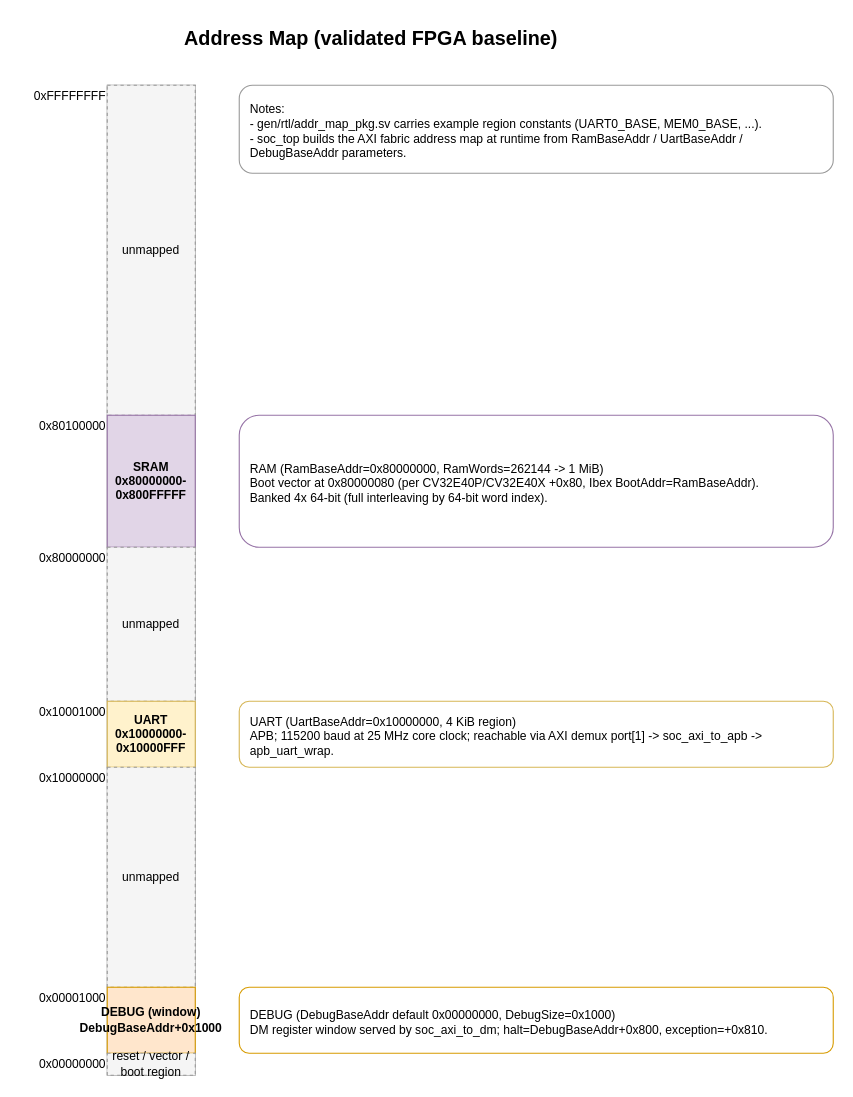
patrickerich/corejack keeps this draw.io diagram as page "6. Memory Map" (6 of 7) of docs/media/corejack_soc.drawio. Above is the earlier version. Source tidied: cells renumbered, new cells numbered last; positions are measured from the earlier drawing's top-left corner, leaving out a move shared by most shapes. Both pictures are drawn from the tidied source at 110%, with x=0, y=0 at pixel (19, 19).
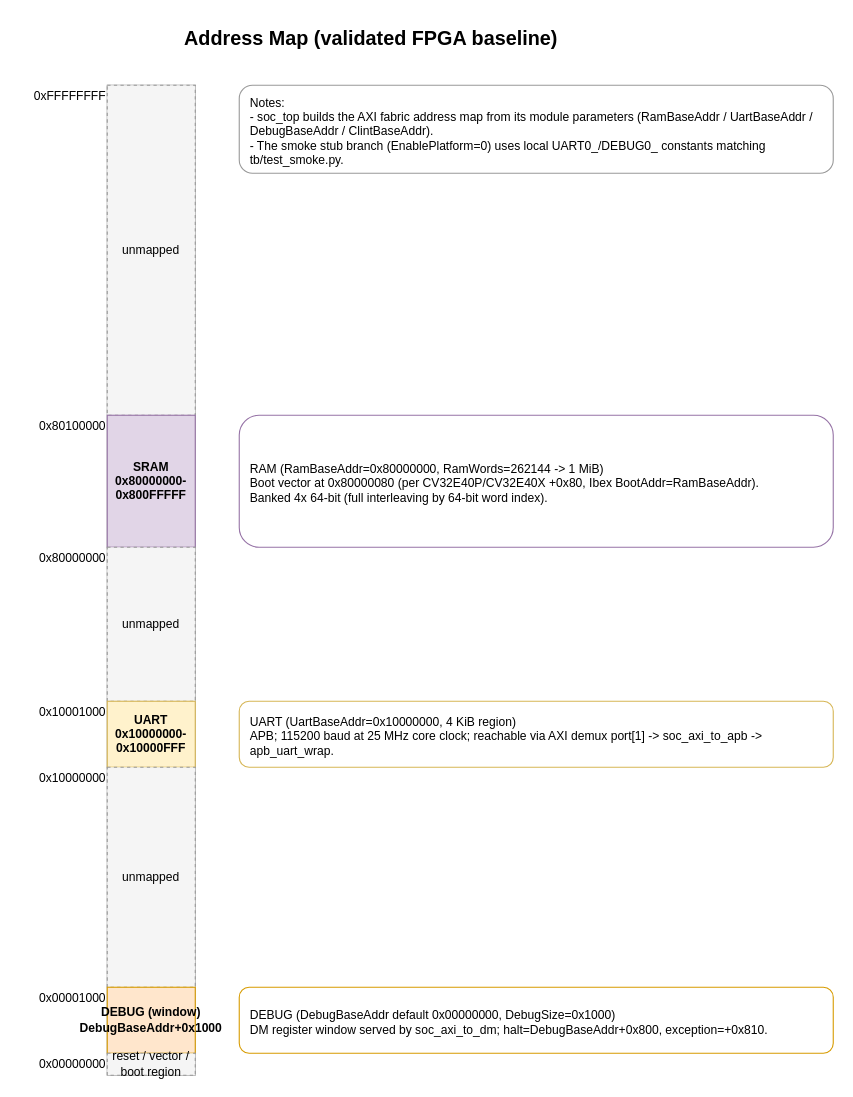
The same page after the edit.

Diff of the diagram source:
```diff
@@
-    <mxCell id="21" value="Notes:&#10;- gen/rtl/addr_map_pkg.sv carries example region constants (UART0_BASE, MEM0_BASE, ...).&#10;- soc_top builds the AXI fabric address map at runtime from RamBaseAddr / UartBaseAddr / DebugBaseAddr parameters." style="rounded=1;whiteSpace=wrap;html=1;fillColor=#FFFFFF;strokeColor=#999999;fontSize=11;align=left;spacingLeft=8;spacingTop=4;" parent="1" vertex="1">
+    <mxCell id="21" value="Notes:&#10;- soc_top builds the AXI fabric address map from its module parameters (RamBaseAddr / UartBaseAddr / DebugBaseAddr / ClintBaseAddr).&#10;- The smoke stub branch (EnablePlatform=0) uses local UART0_/DEBUG0_ constants matching tb/test_smoke.py." style="rounded=1;whiteSpace=wrap;html=1;fillColor=#FFFFFF;strokeColor=#999999;fontSize=11;align=left;spacingLeft=8;spacingTop=4;" parent="1" vertex="1">
       <mxGeometry x="200" y="60" width="540" height="80" as="geometry" />
     </mxCell>
```
